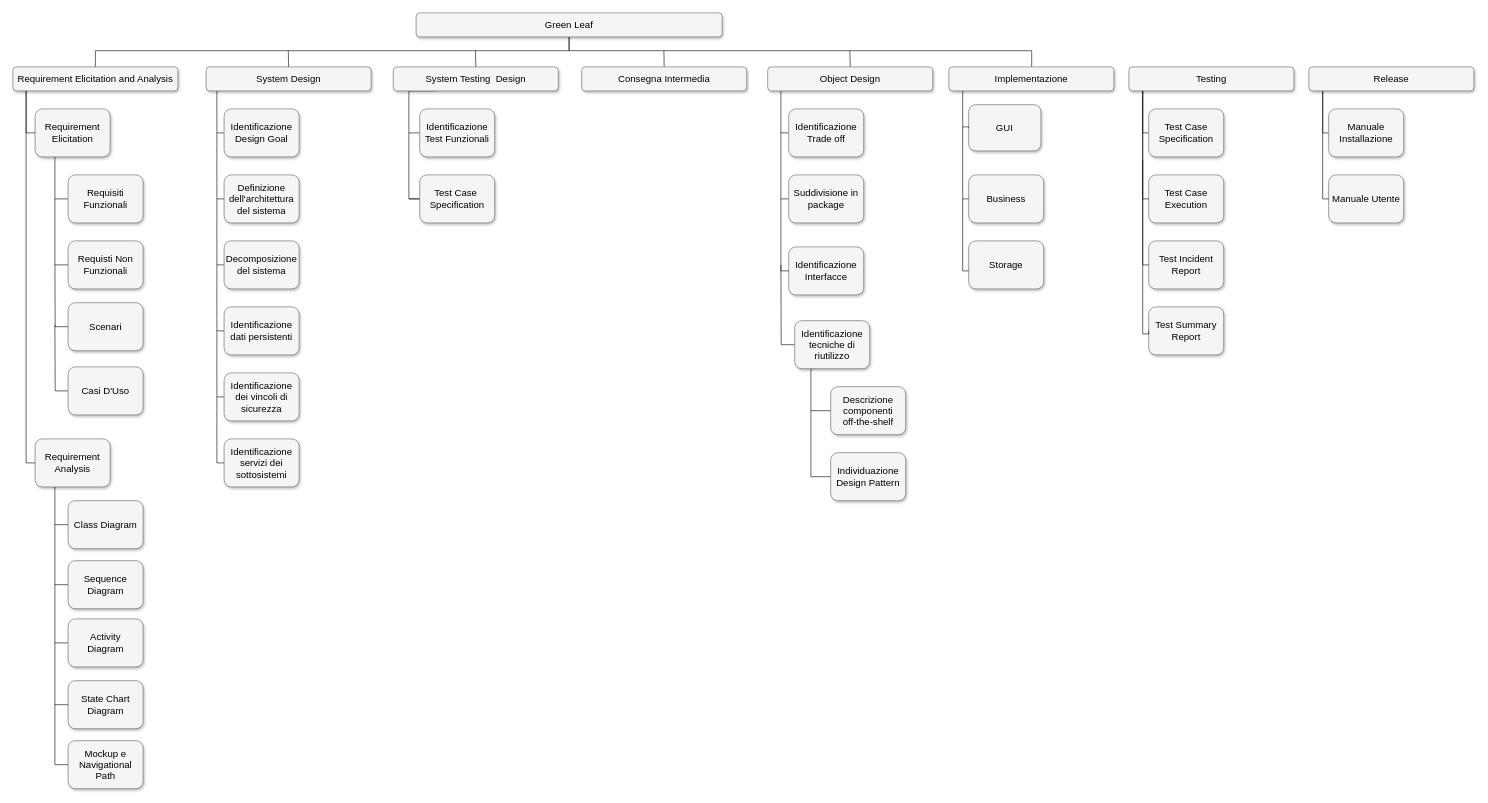
AnttGiam/Green-Leaf keeps this draw.io diagram as Documenti/WBS/WBS_GreenLeaf.drawio. Above is the earlier version. Source tidied: cells renumbered, new cells numbered last; positions are measured from the earlier drawing's top-left corner, leaving out a move shared by most shapes. Both pictures are drawn from the tidied source at 60%, with x=0, y=0 at pixel (13, 13).
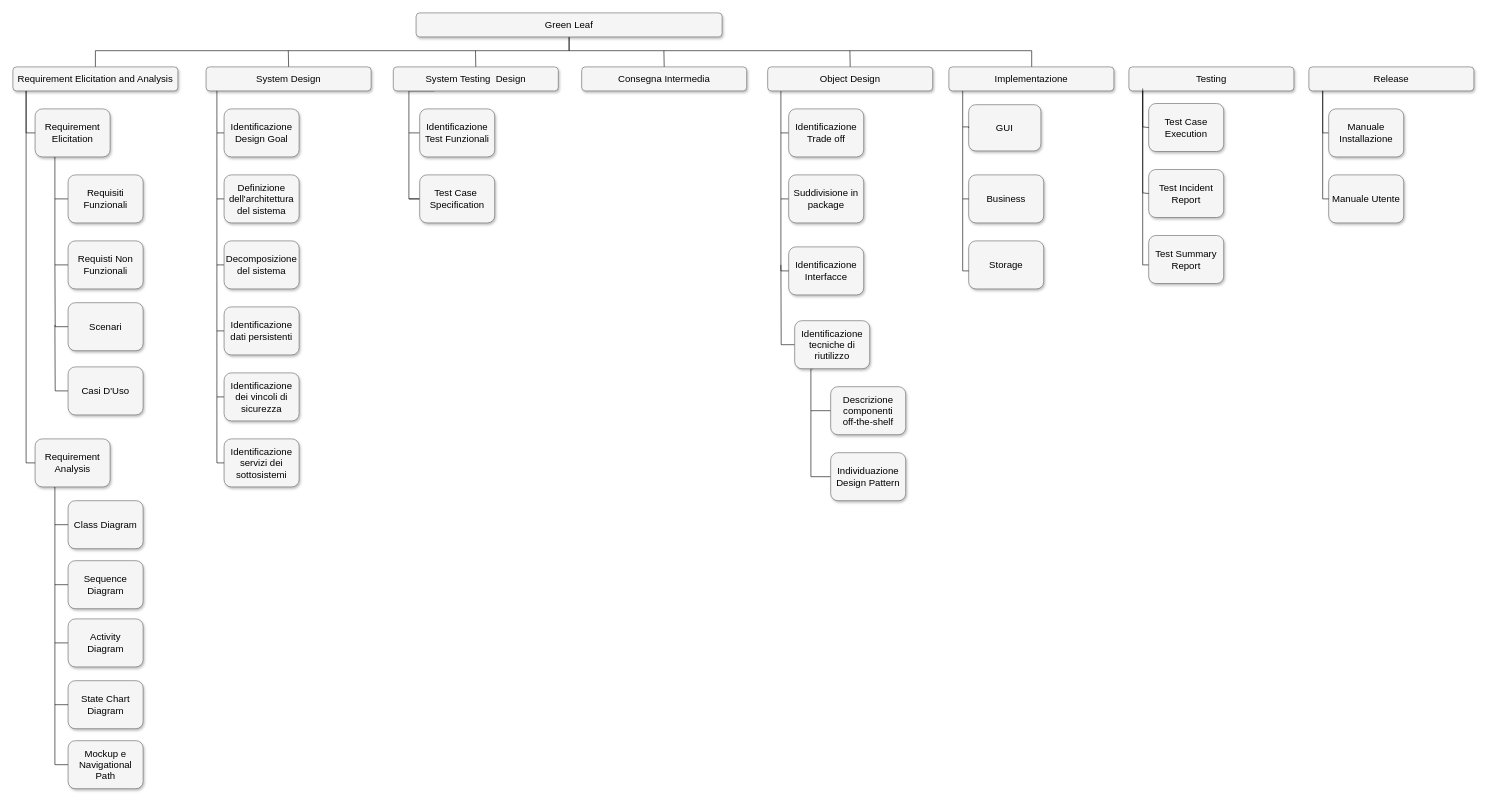
The same page after the edit.

What changed in the source:
```diff
@@
-    <mxCell id="57" style="edgeStyle=orthogonalEdgeStyle;html=1;startSize=6;endFill=0;endSize=6;strokeWidth=1;fontSize=16;rounded=0;endArrow=none;entryX=0;entryY=0.5;entryDx=0;entryDy=0;" parent="1" edge="1" target="58">
-      <mxGeometry relative="1" as="geometry">
-        <mxPoint x="1883" y="130" as="sourcePoint" />
-        <Array as="points">
-          <mxPoint x="1883" y="200" />
-        </Array>
-      </mxGeometry>
-    </mxCell>
-    <mxCell id="58" value="Test Case Specification" style="whiteSpace=wrap;html=1;rounded=1;shadow=1;strokeWidth=1;fontSize=16;align=center;fillColor=#f5f5f5;strokeColor=#666666;" parent="1" vertex="1">
-      <mxGeometry x="1893" y="160" width="125" height="80" as="geometry" />
-    </mxCell>
     <mxCell id="59" value="Test Case Execution" style="whiteSpace=wrap;html=1;rounded=1;shadow=1;strokeWidth=1;fontSize=16;align=center;fillColor=#f5f5f5;strokeColor=#666666;" parent="1" vertex="1">
-      <mxGeometry x="1893" y="270" width="125" height="80" as="geometry" />
+      <mxGeometry x="1893" y="151" width="125" height="80" as="geometry" />
     </mxCell>
     <mxCell id="60" value="Test Incident Report" style="whiteSpace=wrap;html=1;rounded=1;shadow=1;strokeWidth=1;fontSize=16;align=center;fillColor=#f5f5f5;strokeColor=#666666;" parent="1" vertex="1">
-      <mxGeometry x="1893" y="380" width="125" height="80" as="geometry" />
+      <mxGeometry x="1893" y="261" width="125" height="80" as="geometry" />
     </mxCell>
     <mxCell id="61" style="edgeStyle=orthogonalEdgeStyle;html=1;startSize=6;endFill=0;endSize=6;strokeWidth=1;fontSize=16;rounded=0;endArrow=none;entryX=0;entryY=0.5;entryDx=0;entryDy=0;" parent="1" edge="1" target="59">
       <mxGeometry relative="1" as="geometry">
         <mxPoint x="1883" y="130" as="sourcePoint" />
         <Array as="points">
-          <mxPoint x="1883" y="310" />
+          <mxPoint x="1883" y="190" />
+          <mxPoint x="1893" y="190" />
         </Array>
       </mxGeometry>
     </mxCell>
-    <mxCell id="62" style="edgeStyle=orthogonalEdgeStyle;html=1;startSize=6;endFill=0;endSize=6;strokeWidth=1;fontSize=16;rounded=0;endArrow=none;entryX=0;entryY=0.5;entryDx=0;entryDy=0;" parent="1" edge="1" target="60">
+    <mxCell id="62" style="edgeStyle=orthogonalEdgeStyle;html=1;startSize=6;endFill=0;endSize=6;strokeWidth=1;fontSize=16;rounded=0;endArrow=none;entryX=0.002;entryY=0.612;entryDx=0;entryDy=0;entryPerimeter=0;" parent="1" edge="1" target="64">
       <mxGeometry relative="1" as="geometry">
         <mxPoint x="1883" y="130" as="sourcePoint" />
         <Array as="points">
           <mxPoint x="1883" y="420" />
         </Array>
       </mxGeometry>
     </mxCell>
@@
     <mxCell id="64" value="Test Summary Report" style="whiteSpace=wrap;html=1;rounded=1;shadow=1;strokeWidth=1;fontSize=16;align=center;fillColor=#f5f5f5;strokeColor=#666666;" parent="1" vertex="1">
-      <mxGeometry x="1893" y="490" width="125" height="80" as="geometry" />
+      <mxGeometry x="1893" y="371" width="125" height="80" as="geometry" />
     </mxCell>
-    <mxCell id="65" style="edgeStyle=orthogonalEdgeStyle;html=1;startSize=6;endFill=0;endSize=6;strokeWidth=1;fontSize=16;rounded=0;endArrow=none;entryX=0;entryY=0.5;entryDx=0;entryDy=0;" parent="1" edge="1" target="64">
+    <mxCell id="65" style="edgeStyle=orthogonalEdgeStyle;html=1;startSize=6;endFill=0;endSize=6;strokeWidth=1;fontSize=16;rounded=0;endArrow=none;entryX=0;entryY=0.5;entryDx=0;entryDy=0;" parent="1" edge="1" target="60">
       <mxGeometry relative="1" as="geometry">
-        <mxPoint x="1883" y="245" as="sourcePoint" />
+        <mxPoint x="1883" y="126" as="sourcePoint" />
         <Array as="points">
-          <mxPoint x="1883" y="535" />
+          <mxPoint x="1883" y="300" />
+          <mxPoint x="1893" y="300" />
         </Array>
       </mxGeometry>
     </mxCell>
```
